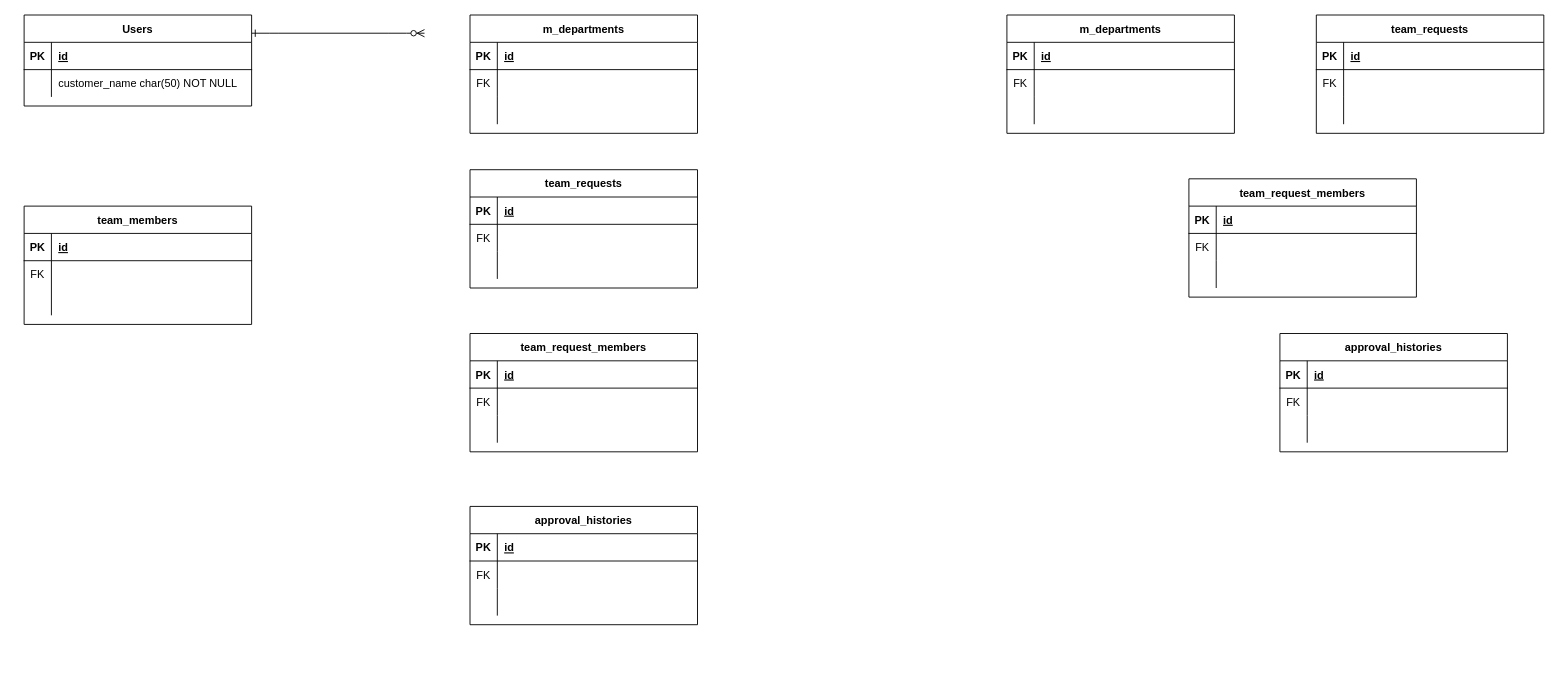
The draw.io diagram rose.drawio in satohirok/twitter_clone_ER, before the edit. Source tidied: cells renumbered, new cells numbered last; positions are measured from the earlier drawing's top-left corner, leaving out a move shared by most shapes. Both pictures are drawn from the tidied source at 91%, with x=0, y=0 at pixel (24, 15).
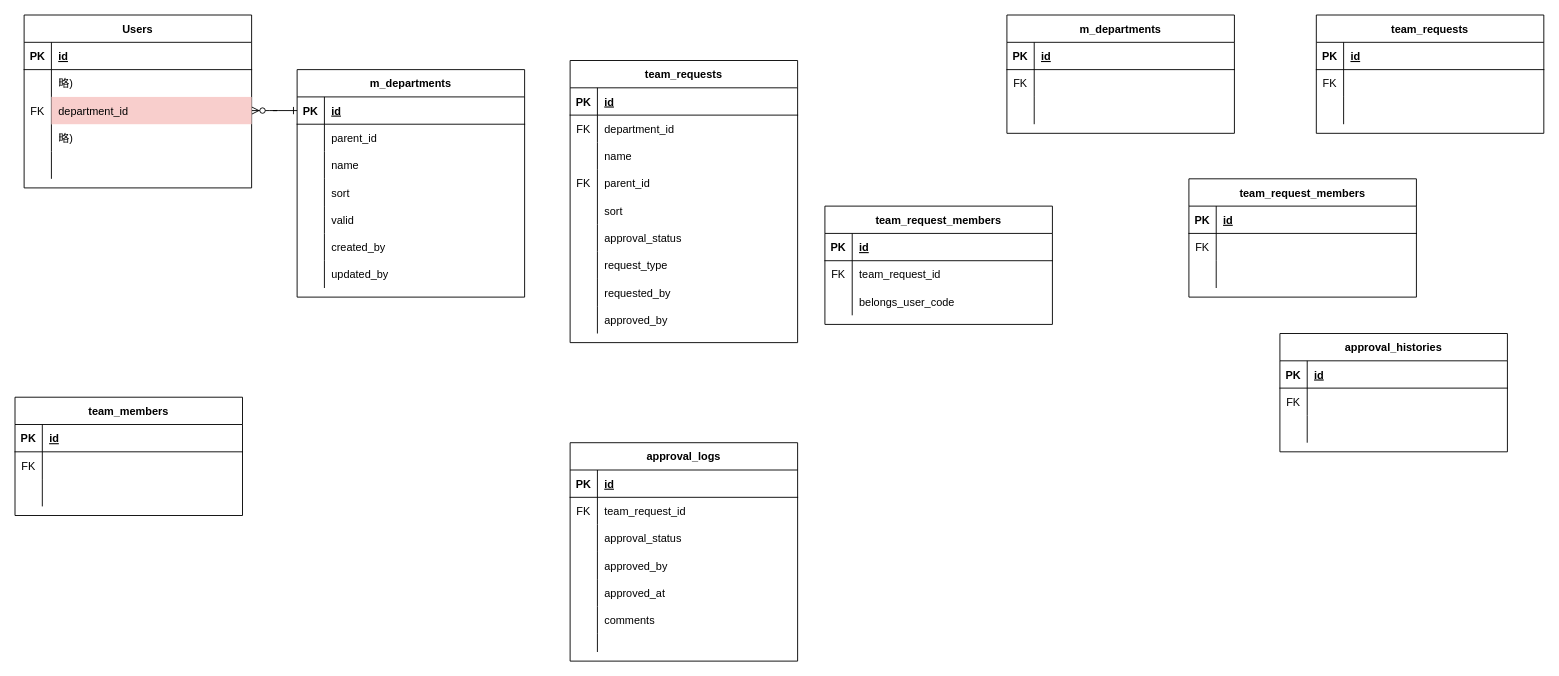
The same page after the edit.

Commit message (it also covers changes not shown here):
rose.drawio を更新します

Unchanged cells that the change refers to:
```xml
<mxCell id="4" style="shape=partialRectangle;fillColor=none;points=[[0,0.5],[1,0.5]];portConstraint=eastwest;top=0;left=0;right=0;bottom=1;" parent="3" vertex="1">
  <mxGeometry y="30" width="250" height="30" as="geometry" />
</mxCell>
<mxCell id="7" style="shape=partialRectangle;fillColor=none;top=0;left=0;right=0;bottom=0;" parent="3" vertex="1">
  <mxGeometry y="60" width="250" height="30" as="geometry" />
</mxCell>
<mxCell id="17" style="shape=partialRectangle;fillColor=none;top=0;left=0;right=0;bottom=0;" parent="13" vertex="1">
  <mxGeometry y="60" width="250" height="30" as="geometry" />
</mxCell>
<mxCell id="24" style="shape=partialRectangle;fillColor=none;top=0;left=0;right=0;bottom=0;" parent="20" vertex="1">
  <mxGeometry y="60" width="250" height="30" as="geometry" />
</mxCell>
<mxCell id="27" style="shape=partialRectangle;fillColor=none;top=0;left=0;right=0;bottom=0;" parent="20" vertex="1">
  <mxGeometry y="90" width="250" height="30" as="geometry" />
</mxCell>
<mxCell id="44" style="shape=partialRectangle;fillColor=none;top=0;left=0;right=0;bottom=0;" parent="40" vertex="1">
  <mxGeometry y="60" width="250" height="30" as="geometry" />
</mxCell>
<mxCell id="47" style="shape=partialRectangle;fillColor=none;top=0;left=0;right=0;bottom=0;" parent="40" vertex="1">
  <mxGeometry y="90" width="250" height="30" as="geometry" />
</mxCell>
<mxCell id="54" style="shape=partialRectangle;fillColor=none;top=0;left=0;right=0;bottom=0;" parent="50" vertex="1">
  <mxGeometry y="60" width="250" height="30" as="geometry" />
</mxCell>
<mxCell id="57" style="shape=partialRectangle;fillColor=none;top=0;left=0;right=0;bottom=0;" parent="50" vertex="1">
  <mxGeometry y="90" width="250" height="30" as="geometry" />
</mxCell>
```

Diff of the diagram source:
```diff
@@
-    <mxCell id="2" style="edgeStyle=entityRelationEdgeStyle;endArrow=ERzeroToMany;startArrow=ERone;endFill=1;startFill=0;" parent="1" edge="1">
-      <mxGeometry relative="1" as="geometry">
-        <mxPoint x="250" y="20" as="sourcePoint" />
-        <mxPoint x="440" y="20" as="targetPoint" />
-      </mxGeometry>
+    <mxCell id="2" style="edgeStyle=entityRelationEdgeStyle;endArrow=ERzeroToMany;startArrow=ERone;endFill=1;startFill=0;entryX=1;entryY=0.5;entryDx=0;entryDy=0;exitX=0;exitY=0.5;exitDx=0;exitDy=0;" parent="1" edge="1" source="4" target="115">
+      <mxGeometry relative="1" as="geometry" />
     </mxCell>
     <mxCell id="3" value="m_departments" style="shape=table;startSize=30;childLayout=tableLayout;rowLines=0;fontStyle=1;align=center;" parent="1" vertex="1">
-      <mxGeometry x="490" width="250" height="130" as="geometry" />
+      <mxGeometry x="300" y="60" width="250" height="250" as="geometry" />
     </mxCell>
@@
-    <mxCell id="8" value="FK" style="shape=partialRectangle;overflow=hidden;fillColor=none;top=0;left=0;bottom=0;right=0;" parent="7" vertex="1">
+    <mxCell id="8" style="shape=partialRectangle;overflow=hidden;fillColor=none;top=0;left=0;bottom=0;right=0;" parent="7" vertex="1">
       <mxGeometry width="30" height="30" as="geometry" />
     </mxCell>
-    <mxCell id="9" style="shape=partialRectangle;overflow=hidden;fillColor=none;top=0;left=0;bottom=0;right=0;align=left;spacingLeft=6;" parent="7" vertex="1">
+    <mxCell id="9" value="parent_id" style="shape=partialRectangle;overflow=hidden;fillColor=none;top=0;left=0;bottom=0;right=0;align=left;spacingLeft=6;" parent="7" vertex="1">
       <mxGeometry x="30" width="220" height="30" as="geometry" />
     </mxCell>
-    <mxCell id="10" style="shape=partialRectangle;fillColor=none;top=0;left=0;right=0;bottom=0;" parent="3" vertex="1">
-      <mxGeometry y="90" width="250" height="30" as="geometry" />
-    </mxCell>
-    <mxCell id="11" style="shape=partialRectangle;overflow=hidden;fillColor=none;top=0;left=0;bottom=0;right=0;" parent="10" vertex="1">
-      <mxGeometry width="30" height="30" as="geometry" />
-    </mxCell>
-    <mxCell id="12" style="shape=partialRectangle;overflow=hidden;fillColor=none;top=0;left=0;bottom=0;right=0;align=left;spacingLeft=6;" parent="10" vertex="1">
-      <mxGeometry x="30" width="220" height="30" as="geometry" />
-    </mxCell>
+    <mxCell id="100" style="shape=partialRectangle;fillColor=none;top=0;left=0;right=0;bottom=0;" parent="3" vertex="1">
+      <mxGeometry y="90" width="250" height="30" as="geometry" />
+    </mxCell>
+    <mxCell id="101" style="shape=partialRectangle;overflow=hidden;fillColor=none;top=0;left=0;bottom=0;right=0;" parent="100" vertex="1">
+      <mxGeometry width="30" height="30" as="geometry" />
+    </mxCell>
+    <mxCell id="102" value="name" style="shape=partialRectangle;overflow=hidden;fillColor=none;top=0;left=0;bottom=0;right=0;align=left;spacingLeft=6;" parent="100" vertex="1">
+      <mxGeometry x="30" width="220" height="30" as="geometry" />
+    </mxCell>
+    <mxCell id="103" style="shape=partialRectangle;fillColor=none;top=0;left=0;right=0;bottom=0;" parent="3" vertex="1">
+      <mxGeometry y="120" width="250" height="30" as="geometry" />
+    </mxCell>
+    <mxCell id="104" style="shape=partialRectangle;overflow=hidden;fillColor=none;top=0;left=0;bottom=0;right=0;" parent="103" vertex="1">
+      <mxGeometry width="30" height="30" as="geometry" />
+    </mxCell>
+    <mxCell id="105" value="sort" style="shape=partialRectangle;overflow=hidden;fillColor=none;top=0;left=0;bottom=0;right=0;align=left;spacingLeft=6;" parent="103" vertex="1">
+      <mxGeometry x="30" width="220" height="30" as="geometry" />
+    </mxCell>
+    <mxCell id="106" style="shape=partialRectangle;fillColor=none;top=0;left=0;right=0;bottom=0;" parent="3" vertex="1">
+      <mxGeometry y="150" width="250" height="30" as="geometry" />
+    </mxCell>
+    <mxCell id="107" style="shape=partialRectangle;overflow=hidden;fillColor=none;top=0;left=0;bottom=0;right=0;" parent="106" vertex="1">
+      <mxGeometry width="30" height="30" as="geometry" />
+    </mxCell>
+    <mxCell id="108" value="valid" style="shape=partialRectangle;overflow=hidden;fillColor=none;top=0;left=0;bottom=0;right=0;align=left;spacingLeft=6;" parent="106" vertex="1">
+      <mxGeometry x="30" width="220" height="30" as="geometry" />
+    </mxCell>
+    <mxCell id="109" style="shape=partialRectangle;fillColor=none;top=0;left=0;right=0;bottom=0;" parent="3" vertex="1">
+      <mxGeometry y="180" width="250" height="30" as="geometry" />
+    </mxCell>
+    <mxCell id="110" style="shape=partialRectangle;overflow=hidden;fillColor=none;top=0;left=0;bottom=0;right=0;" parent="109" vertex="1">
+      <mxGeometry width="30" height="30" as="geometry" />
+    </mxCell>
+    <mxCell id="111" value="created_by" style="shape=partialRectangle;overflow=hidden;fillColor=none;top=0;left=0;bottom=0;right=0;align=left;spacingLeft=6;" parent="109" vertex="1">
+      <mxGeometry x="30" width="220" height="30" as="geometry" />
+    </mxCell>
+    <mxCell id="112" style="shape=partialRectangle;fillColor=none;top=0;left=0;right=0;bottom=0;" parent="3" vertex="1">
+      <mxGeometry y="210" width="250" height="30" as="geometry" />
+    </mxCell>
+    <mxCell id="113" style="shape=partialRectangle;overflow=hidden;fillColor=none;top=0;left=0;bottom=0;right=0;" parent="112" vertex="1">
+      <mxGeometry width="30" height="30" as="geometry" />
+    </mxCell>
+    <mxCell id="114" value="updated_by" style="shape=partialRectangle;overflow=hidden;fillColor=none;top=0;left=0;bottom=0;right=0;align=left;spacingLeft=6;" parent="112" vertex="1">
+      <mxGeometry x="30" width="220" height="30" as="geometry" />
+    </mxCell>
     <mxCell id="13" value="Users" style="shape=table;startSize=30;childLayout=tableLayout;rowLines=0;fontStyle=1;align=center;" parent="1" vertex="1">
-      <mxGeometry width="250" height="100" as="geometry" />
+      <mxGeometry width="250" height="190" as="geometry" />
     </mxCell>
@@
-    <mxCell id="19" value="customer_name char(50) NOT NULL" style="shape=partialRectangle;overflow=hidden;fillColor=none;top=0;left=0;bottom=0;right=0;align=left;spacingLeft=6;" parent="17" vertex="1">
+    <mxCell id="19" value="略)" style="shape=partialRectangle;overflow=hidden;fillColor=none;top=0;left=0;bottom=0;right=0;align=left;spacingLeft=6;" parent="17" vertex="1">
       <mxGeometry x="30" width="220" height="30" as="geometry" />
     </mxCell>
+    <mxCell id="115" style="shape=partialRectangle;fillColor=none;points=[[0,0.5],[1,0.5]];portConstraint=eastwest;top=0;left=0;right=0;bottom=0;" parent="13" vertex="1">
+      <mxGeometry y="90" width="250" height="30" as="geometry" />
+    </mxCell>
+    <mxCell id="116" value="FK" style="shape=partialRectangle;overflow=hidden;fillColor=none;top=0;left=0;bottom=0;right=0;" parent="115" vertex="1">
+      <mxGeometry width="30" height="30" as="geometry" />
+    </mxCell>
+    <mxCell id="117" value="department_id" style="shape=partialRectangle;overflow=hidden;fillColor=#f8cecc;top=0;left=0;bottom=0;right=0;align=left;spacingLeft=6;strokeColor=#b85450;" parent="115" vertex="1">
+      <mxGeometry x="30" width="220" height="30" as="geometry" />
+    </mxCell>
+    <mxCell id="118" style="shape=partialRectangle;fillColor=none;top=0;left=0;right=0;bottom=0;" parent="13" vertex="1">
+      <mxGeometry y="120" width="250" height="30" as="geometry" />
+    </mxCell>
+    <mxCell id="119" style="shape=partialRectangle;overflow=hidden;fillColor=none;top=0;left=0;bottom=0;right=0;" parent="118" vertex="1">
+      <mxGeometry width="30" height="30" as="geometry" />
+    </mxCell>
+    <mxCell id="120" value="略)" style="shape=partialRectangle;overflow=hidden;fillColor=none;top=0;left=0;bottom=0;right=0;align=left;spacingLeft=6;" parent="118" vertex="1">
+      <mxGeometry x="30" width="220" height="30" as="geometry" />
+    </mxCell>
+    <mxCell id="121" style="shape=partialRectangle;fillColor=none;top=0;left=0;right=0;bottom=0;" parent="13" vertex="1">
+      <mxGeometry y="150" width="250" height="30" as="geometry" />
+    </mxCell>
+    <mxCell id="122" style="shape=partialRectangle;overflow=hidden;fillColor=none;top=0;left=0;bottom=0;right=0;" parent="121" vertex="1">
+      <mxGeometry width="30" height="30" as="geometry" />
+    </mxCell>
+    <mxCell id="123" style="shape=partialRectangle;overflow=hidden;fillColor=none;top=0;left=0;bottom=0;right=0;align=left;spacingLeft=6;" parent="121" vertex="1">
+      <mxGeometry x="30" width="220" height="30" as="geometry" />
+    </mxCell>
     <mxCell id="20" value="team_requests" style="shape=table;startSize=30;childLayout=tableLayout;rowLines=0;fontStyle=1;align=center;" parent="1" vertex="1">
-      <mxGeometry x="490" y="170" width="250" height="130" as="geometry" />
+      <mxGeometry x="600" y="50" width="250" height="310" as="geometry" />
     </mxCell>
@@
-    <mxCell id="25" value="FK" style="shape=partialRectangle;overflow=hidden;fillColor=none;top=0;left=0;bottom=0;right=0;" parent="24" vertex="1">
-      <mxGeometry width="30" height="30" as="geometry" />
-    </mxCell>
-    <mxCell id="26" style="shape=partialRectangle;overflow=hidden;fillColor=none;top=0;left=0;bottom=0;right=0;align=left;spacingLeft=6;" parent="24" vertex="1">
-      <mxGeometry x="30" width="220" height="30" as="geometry" />
-    </mxCell>
+    <mxCell id="124" value="FK" style="shape=partialRectangle;overflow=hidden;fillColor=none;top=0;left=0;bottom=0;right=0;" parent="24" vertex="1">
+      <mxGeometry width="30" height="30" as="geometry" />
+    </mxCell>
+    <mxCell id="125" value="department_id" style="shape=partialRectangle;overflow=hidden;fillColor=none;top=0;left=0;bottom=0;right=0;align=left;spacingLeft=6;" parent="24" vertex="1">
+      <mxGeometry x="30" width="220" height="30" as="geometry" />
+    </mxCell>
@@
-    <mxCell id="29" style="shape=partialRectangle;overflow=hidden;fillColor=none;top=0;left=0;bottom=0;right=0;align=left;spacingLeft=6;" parent="27" vertex="1">
+    <mxCell id="29" value="name" style="shape=partialRectangle;overflow=hidden;fillColor=none;top=0;left=0;bottom=0;right=0;align=left;spacingLeft=6;" parent="27" vertex="1">
       <mxGeometry x="30" width="220" height="30" as="geometry" />
     </mxCell>
+    <mxCell id="126" style="shape=partialRectangle;fillColor=none;top=0;left=0;right=0;bottom=0;" parent="20" vertex="1">
+      <mxGeometry y="120" width="250" height="30" as="geometry" />
+    </mxCell>
+    <mxCell id="127" value="FK" style="shape=partialRectangle;overflow=hidden;fillColor=none;top=0;left=0;bottom=0;right=0;" parent="126" vertex="1">
+      <mxGeometry width="30" height="30" as="geometry" />
+    </mxCell>
+    <mxCell id="128" value="parent_id" style="shape=partialRectangle;overflow=hidden;fillColor=none;top=0;left=0;bottom=0;right=0;align=left;spacingLeft=6;" parent="126" vertex="1">
+      <mxGeometry x="30" width="220" height="30" as="geometry" />
+    </mxCell>
+    <mxCell id="129" style="shape=partialRectangle;fillColor=none;top=0;left=0;right=0;bottom=0;" parent="20" vertex="1">
+      <mxGeometry y="150" width="250" height="30" as="geometry" />
+    </mxCell>
+    <mxCell id="130" style="shape=partialRectangle;overflow=hidden;fillColor=none;top=0;left=0;bottom=0;right=0;" parent="129" vertex="1">
+      <mxGeometry width="30" height="30" as="geometry" />
+    </mxCell>
+    <mxCell id="131" value="sort" style="shape=partialRectangle;overflow=hidden;fillColor=none;top=0;left=0;bottom=0;right=0;align=left;spacingLeft=6;" parent="129" vertex="1">
+      <mxGeometry x="30" width="220" height="30" as="geometry" />
+    </mxCell>
+    <mxCell id="132" style="shape=partialRectangle;fillColor=none;top=0;left=0;right=0;bottom=0;" parent="20" vertex="1">
+      <mxGeometry y="180" width="250" height="30" as="geometry" />
+    </mxCell>
+    <mxCell id="133" style="shape=partialRectangle;overflow=hidden;fillColor=none;top=0;left=0;bottom=0;right=0;" parent="132" vertex="1">
+      <mxGeometry width="30" height="30" as="geometry" />
+    </mxCell>
+    <mxCell id="134" value="approval_status" style="shape=partialRectangle;overflow=hidden;fillColor=none;top=0;left=0;bottom=0;right=0;align=left;spacingLeft=6;" parent="132" vertex="1">
+      <mxGeometry x="30" width="220" height="30" as="geometry" />
+    </mxCell>
+    <mxCell id="135" style="shape=partialRectangle;fillColor=none;top=0;left=0;right=0;bottom=0;" parent="20" vertex="1">
+      <mxGeometry y="210" width="250" height="30" as="geometry" />
+    </mxCell>
+    <mxCell id="136" style="shape=partialRectangle;overflow=hidden;fillColor=none;top=0;left=0;bottom=0;right=0;" parent="135" vertex="1">
+      <mxGeometry width="30" height="30" as="geometry" />
+    </mxCell>
+    <mxCell id="137" value="request_type" style="shape=partialRectangle;overflow=hidden;fillColor=none;top=0;left=0;bottom=0;right=0;align=left;spacingLeft=6;" parent="135" vertex="1">
+      <mxGeometry x="30" width="220" height="30" as="geometry" />
+    </mxCell>
+    <mxCell id="138" style="shape=partialRectangle;fillColor=none;top=0;left=0;right=0;bottom=0;" parent="20" vertex="1">
+      <mxGeometry y="240" width="250" height="30" as="geometry" />
+    </mxCell>
+    <mxCell id="139" style="shape=partialRectangle;overflow=hidden;fillColor=none;top=0;left=0;bottom=0;right=0;" parent="138" vertex="1">
+      <mxGeometry width="30" height="30" as="geometry" />
+    </mxCell>
+    <mxCell id="140" value="requested_by" style="shape=partialRectangle;overflow=hidden;fillColor=none;top=0;left=0;bottom=0;right=0;align=left;spacingLeft=6;" parent="138" vertex="1">
+      <mxGeometry x="30" width="220" height="30" as="geometry" />
+    </mxCell>
+    <mxCell id="141" style="shape=partialRectangle;fillColor=none;top=0;left=0;right=0;bottom=0;" parent="20" vertex="1">
+      <mxGeometry y="270" width="250" height="30" as="geometry" />
+    </mxCell>
+    <mxCell id="142" style="shape=partialRectangle;overflow=hidden;fillColor=none;top=0;left=0;bottom=0;right=0;" parent="141" vertex="1">
+      <mxGeometry width="30" height="30" as="geometry" />
+    </mxCell>
+    <mxCell id="143" value="approved_by" style="shape=partialRectangle;overflow=hidden;fillColor=none;top=0;left=0;bottom=0;right=0;align=left;spacingLeft=6;" parent="141" vertex="1">
+      <mxGeometry x="30" width="220" height="30" as="geometry" />
+    </mxCell>
     <mxCell id="30" value="team_members" style="shape=table;startSize=30;childLayout=tableLayout;rowLines=0;fontStyle=1;align=center;" parent="1" vertex="1">
-      <mxGeometry y="210" width="250" height="130" as="geometry" />
+      <mxGeometry x="-10" y="420" width="250" height="130" as="geometry" />
     </mxCell>
@@
-    <mxCell id="40" value="approval_histories" style="shape=table;startSize=30;childLayout=tableLayout;rowLines=0;fontStyle=1;align=center;" parent="1" vertex="1">
-      <mxGeometry x="490" y="540" width="250" height="130" as="geometry" />
+    <mxCell id="40" value="approval_logs" style="shape=table;startSize=30;childLayout=tableLayout;rowLines=0;fontStyle=1;align=center;" parent="1" vertex="1">
+      <mxGeometry x="600" y="470" width="250" height="240" as="geometry" />
     </mxCell>
@@
-    <mxCell id="46" style="shape=partialRectangle;overflow=hidden;fillColor=none;top=0;left=0;bottom=0;right=0;align=left;spacingLeft=6;" parent="44" vertex="1">
+    <mxCell id="46" value="team_request_id" style="shape=partialRectangle;overflow=hidden;fillColor=none;top=0;left=0;bottom=0;right=0;align=left;spacingLeft=6;" parent="44" vertex="1">
       <mxGeometry x="30" width="220" height="30" as="geometry" />
     </mxCell>
@@
-    <mxCell id="49" style="shape=partialRectangle;overflow=hidden;fillColor=none;top=0;left=0;bottom=0;right=0;align=left;spacingLeft=6;" parent="47" vertex="1">
+    <mxCell id="49" value="approval_status" style="shape=partialRectangle;overflow=hidden;fillColor=none;top=0;left=0;bottom=0;right=0;align=left;spacingLeft=6;" parent="47" vertex="1">
       <mxGeometry x="30" width="220" height="30" as="geometry" />
     </mxCell>
+    <mxCell id="144" style="shape=partialRectangle;fillColor=none;top=0;left=0;right=0;bottom=0;" parent="40" vertex="1">
+      <mxGeometry y="120" width="250" height="30" as="geometry" />
+    </mxCell>
+    <mxCell id="145" style="shape=partialRectangle;overflow=hidden;fillColor=none;top=0;left=0;bottom=0;right=0;" parent="144" vertex="1">
+      <mxGeometry width="30" height="30" as="geometry" />
+    </mxCell>
+    <mxCell id="146" value="approved_by" style="shape=partialRectangle;overflow=hidden;fillColor=none;top=0;left=0;bottom=0;right=0;align=left;spacingLeft=6;" parent="144" vertex="1">
+      <mxGeometry x="30" width="220" height="30" as="geometry" />
+    </mxCell>
+    <mxCell id="147" style="shape=partialRectangle;fillColor=none;top=0;left=0;right=0;bottom=0;" parent="40" vertex="1">
+      <mxGeometry y="150" width="250" height="30" as="geometry" />
+    </mxCell>
+    <mxCell id="148" style="shape=partialRectangle;overflow=hidden;fillColor=none;top=0;left=0;bottom=0;right=0;" parent="147" vertex="1">
+      <mxGeometry width="30" height="30" as="geometry" />
+    </mxCell>
+    <mxCell id="149" value="approved_at" style="shape=partialRectangle;overflow=hidden;fillColor=none;top=0;left=0;bottom=0;right=0;align=left;spacingLeft=6;" parent="147" vertex="1">
+      <mxGeometry x="30" width="220" height="30" as="geometry" />
+    </mxCell>
+    <mxCell id="150" style="shape=partialRectangle;fillColor=none;top=0;left=0;right=0;bottom=0;" parent="40" vertex="1">
+      <mxGeometry y="180" width="250" height="30" as="geometry" />
+    </mxCell>
+    <mxCell id="151" style="shape=partialRectangle;overflow=hidden;fillColor=none;top=0;left=0;bottom=0;right=0;" parent="150" vertex="1">
+      <mxGeometry width="30" height="30" as="geometry" />
+    </mxCell>
+    <mxCell id="152" value="comments" style="shape=partialRectangle;overflow=hidden;fillColor=none;top=0;left=0;bottom=0;right=0;align=left;spacingLeft=6;" parent="150" vertex="1">
+      <mxGeometry x="30" width="220" height="30" as="geometry" />
+    </mxCell>
+    <mxCell id="153" style="shape=partialRectangle;fillColor=none;top=0;left=0;right=0;bottom=0;" parent="40" vertex="1">
+      <mxGeometry y="210" width="250" height="20" as="geometry" />
+    </mxCell>
+    <mxCell id="154" style="shape=partialRectangle;overflow=hidden;fillColor=none;top=0;left=0;bottom=0;right=0;" parent="153" vertex="1">
+      <mxGeometry width="30" height="20" as="geometry" />
+    </mxCell>
+    <mxCell id="155" style="shape=partialRectangle;overflow=hidden;fillColor=none;top=0;left=0;bottom=0;right=0;align=left;spacingLeft=6;" parent="153" vertex="1">
+      <mxGeometry x="30" width="220" height="20" as="geometry" />
+    </mxCell>
     <mxCell id="50" value="team_request_members" style="shape=table;startSize=30;childLayout=tableLayout;rowLines=0;fontStyle=1;align=center;" parent="1" vertex="1">
-      <mxGeometry x="490" y="350" width="250" height="130" as="geometry" />
+      <mxGeometry x="880" y="210" width="250" height="130" as="geometry" />
     </mxCell>
@@
-    <mxCell id="56" style="shape=partialRectangle;overflow=hidden;fillColor=none;top=0;left=0;bottom=0;right=0;align=left;spacingLeft=6;" parent="54" vertex="1">
+    <mxCell id="56" value="team_request_id" style="shape=partialRectangle;overflow=hidden;fillColor=none;top=0;left=0;bottom=0;right=0;align=left;spacingLeft=6;" parent="54" vertex="1">
       <mxGeometry x="30" width="220" height="30" as="geometry" />
     </mxCell>
@@
-    <mxCell id="59" style="shape=partialRectangle;overflow=hidden;fillColor=none;top=0;left=0;bottom=0;right=0;align=left;spacingLeft=6;" parent="57" vertex="1">
+    <mxCell id="59" value="belongs_user_code" style="shape=partialRectangle;overflow=hidden;fillColor=none;top=0;left=0;bottom=0;right=0;align=left;spacingLeft=6;" parent="57" vertex="1">
       <mxGeometry x="30" width="220" height="30" as="geometry" />
     </mxCell>
```
